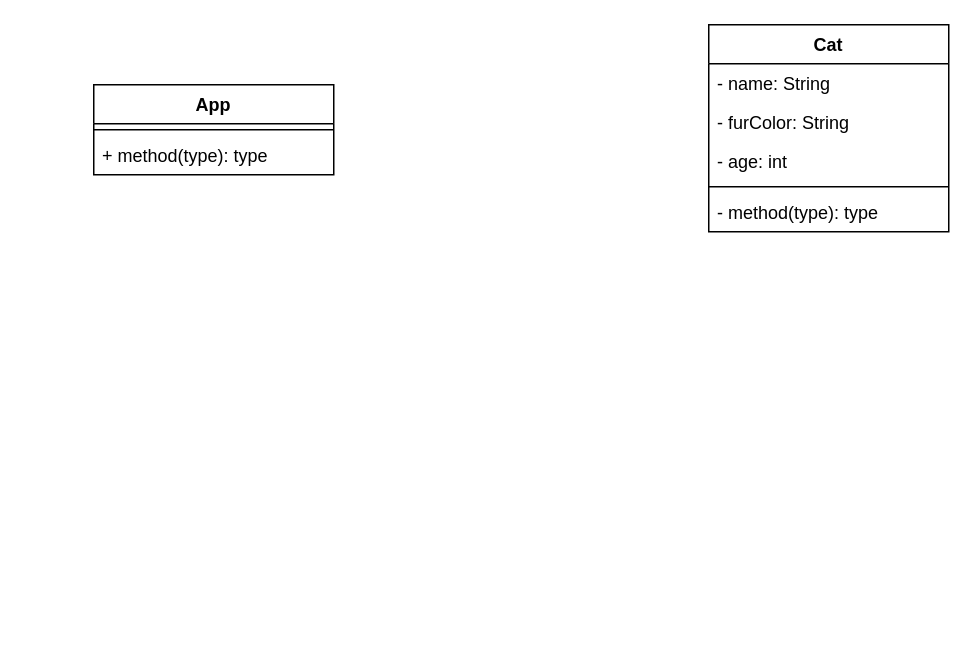
Before: klassendiagramm.drawio in ComCaveKarGar/02_Klassen_Objekte_01-02, a draw.io diagram. Source tidied: cells renumbered, new cells numbered last; positions are measured from the earlier drawing's top-left corner, leaving out a move shared by most shapes. Both pictures are drawn from the tidied source at 150%, with x=0, y=0 at pixel (93, 24).
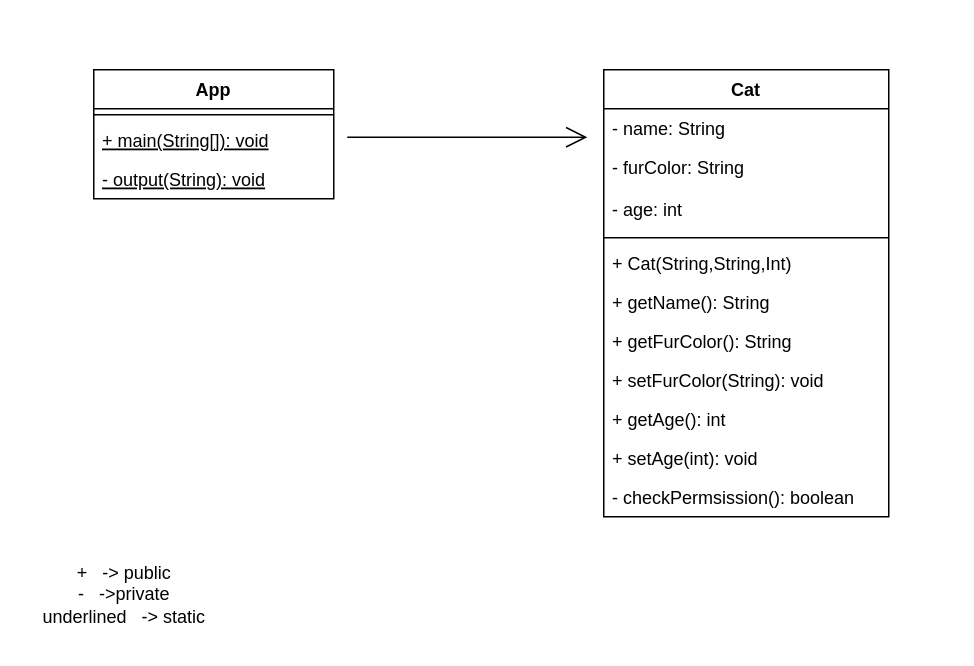
After the change.

Change to the diagram source:
```diff
@@
     <mxCell id="2" value="Cat" style="swimlane;fontStyle=1;align=center;verticalAlign=top;horizontal=1;startSize=26;" parent="1" vertex="1">
-      <mxGeometry x="410" width="160" height="138" as="geometry" />
+      <mxGeometry x="340" y="30" width="190" height="298" as="geometry" />
     </mxCell>
     <mxCell id="3" value="- name: String" style="text;strokeColor=none;fillColor=none;align=left;verticalAlign=top;spacingLeft=4;spacingRight=4;overflow=hidden;" parent="2" vertex="1">
-      <mxGeometry y="26" width="160" height="26" as="geometry" />
+      <mxGeometry y="26" width="190" height="26" as="geometry" />
     </mxCell>
     <mxCell id="4" value="- furColor: String" style="text;strokeColor=none;fillColor=none;align=left;verticalAlign=top;spacingLeft=4;spacingRight=4;overflow=hidden;" parent="2" vertex="1">
-      <mxGeometry y="52" width="160" height="26" as="geometry" />
+      <mxGeometry y="52" width="190" height="28" as="geometry" />
     </mxCell>
+    <mxCell id="11" value="- age: int" style="text;strokeColor=none;fillColor=none;align=left;verticalAlign=top;spacingLeft=4;spacingRight=4;overflow=hidden;" parent="2" vertex="1">
+      <mxGeometry y="80" width="190" height="28" as="geometry" />
+    </mxCell>
+    <mxCell id="6" style="line;strokeWidth=1;fillColor=none;align=left;verticalAlign=middle;spacingTop=-1;spacingLeft=3;spacingRight=3;labelPosition=right;strokeColor=inherit;" parent="2" vertex="1">
+      <mxGeometry y="108" width="190" height="8" as="geometry" />
+    </mxCell>
-    <mxCell id="5" value="- age: int" style="text;strokeColor=none;fillColor=none;align=left;verticalAlign=top;spacingLeft=4;spacingRight=4;overflow=hidden;" parent="2" vertex="1">
-      <mxGeometry y="78" width="160" height="26" as="geometry" />
+    <mxCell id="5" value="+ Cat(String,String,Int)" style="text;strokeColor=none;fillColor=none;align=left;verticalAlign=top;spacingLeft=4;spacingRight=4;overflow=hidden;" parent="2" vertex="1">
+      <mxGeometry y="116" width="190" height="26" as="geometry" />
     </mxCell>
-    <mxCell id="6" style="line;strokeWidth=1;fillColor=none;align=left;verticalAlign=middle;spacingTop=-1;spacingLeft=3;spacingRight=3;labelPosition=right;strokeColor=inherit;" parent="2" vertex="1">
-      <mxGeometry y="104" width="160" height="8" as="geometry" />
-    </mxCell>
-    <mxCell id="7" value="- method(type): type" style="text;strokeColor=none;fillColor=none;align=left;verticalAlign=top;spacingLeft=4;spacingRight=4;overflow=hidden;" parent="2" vertex="1">
-      <mxGeometry y="112" width="160" height="26" as="geometry" />
-    </mxCell>
+    <mxCell id="12" value="+ getName(): String" style="text;strokeColor=none;fillColor=none;align=left;verticalAlign=top;spacingLeft=4;spacingRight=4;overflow=hidden;" parent="2" vertex="1">
+      <mxGeometry y="142" width="190" height="26" as="geometry" />
+    </mxCell>
+    <mxCell id="13" value="+ getFurColor(): String" style="text;strokeColor=none;fillColor=none;align=left;verticalAlign=top;spacingLeft=4;spacingRight=4;overflow=hidden;" parent="2" vertex="1">
+      <mxGeometry y="168" width="190" height="26" as="geometry" />
+    </mxCell>
+    <mxCell id="14" value="+ setFurColor(String): void" style="text;strokeColor=none;fillColor=none;align=left;verticalAlign=top;spacingLeft=4;spacingRight=4;overflow=hidden;" parent="2" vertex="1">
+      <mxGeometry y="194" width="190" height="26" as="geometry" />
+    </mxCell>
+    <mxCell id="15" value="+ getAge(): int" style="text;strokeColor=none;fillColor=none;align=left;verticalAlign=top;spacingLeft=4;spacingRight=4;overflow=hidden;" parent="2" vertex="1">
+      <mxGeometry y="220" width="190" height="26" as="geometry" />
+    </mxCell>
+    <mxCell id="16" value="+ setAge(int): void" style="text;strokeColor=none;fillColor=none;align=left;verticalAlign=top;spacingLeft=4;spacingRight=4;overflow=hidden;" parent="2" vertex="1">
+      <mxGeometry y="246" width="190" height="26" as="geometry" />
+    </mxCell>
+    <mxCell id="17" value="- checkPermsission(): boolean" style="text;strokeColor=none;fillColor=none;align=left;verticalAlign=top;spacingLeft=4;spacingRight=4;overflow=hidden;" parent="2" vertex="1">
+      <mxGeometry y="272" width="190" height="26" as="geometry" />
+    </mxCell>
     <mxCell id="8" value="App" style="swimlane;fontStyle=1;align=center;verticalAlign=top;horizontal=1;startSize=26;" parent="1" vertex="1">
-      <mxGeometry y="40" width="160" height="60" as="geometry" />
+      <mxGeometry y="30" width="160" height="86" as="geometry" />
     </mxCell>
@@
-    <mxCell id="10" value="+ method(type): type" style="text;strokeColor=none;fillColor=none;align=left;verticalAlign=top;spacingLeft=4;spacingRight=4;overflow=hidden;" parent="8" vertex="1">
+    <mxCell id="10" value="+ main(String[]): void" style="text;strokeColor=none;fillColor=none;align=left;verticalAlign=top;spacingLeft=4;spacingRight=4;overflow=hidden;fontStyle=4;" parent="8" vertex="1">
       <mxGeometry y="34" width="160" height="26" as="geometry" />
     </mxCell>
+    <mxCell id="18" value="- output(String): void" style="text;strokeColor=none;fillColor=none;align=left;verticalAlign=top;spacingLeft=4;spacingRight=4;overflow=hidden;fontStyle=4;" parent="8" vertex="1">
+      <mxGeometry y="60" width="160" height="26" as="geometry" />
+    </mxCell>
+    <mxCell id="19" value="+&amp;nbsp; &amp;nbsp;-&amp;gt; public&lt;br&gt;-&amp;nbsp; &amp;nbsp;-&amp;gt;private&lt;br&gt;underlined&amp;nbsp; &amp;nbsp;-&amp;gt; static" style="text;html=1;align=center;verticalAlign=middle;strokeColor=none;fillColor=none;" parent="1" vertex="1">
+      <mxGeometry x="-45" y="350" width="130" height="60" as="geometry" />
+    </mxCell>
+    <mxCell id="20" style="endArrow=open;endFill=1;endSize=12;html=1;" parent="1" edge="1">
+      <mxGeometry relative="1" as="geometry">
+        <mxPoint x="169" y="75" as="sourcePoint" />
+        <mxPoint x="329" y="75" as="targetPoint" />
+      </mxGeometry>
+    </mxCell>
```
